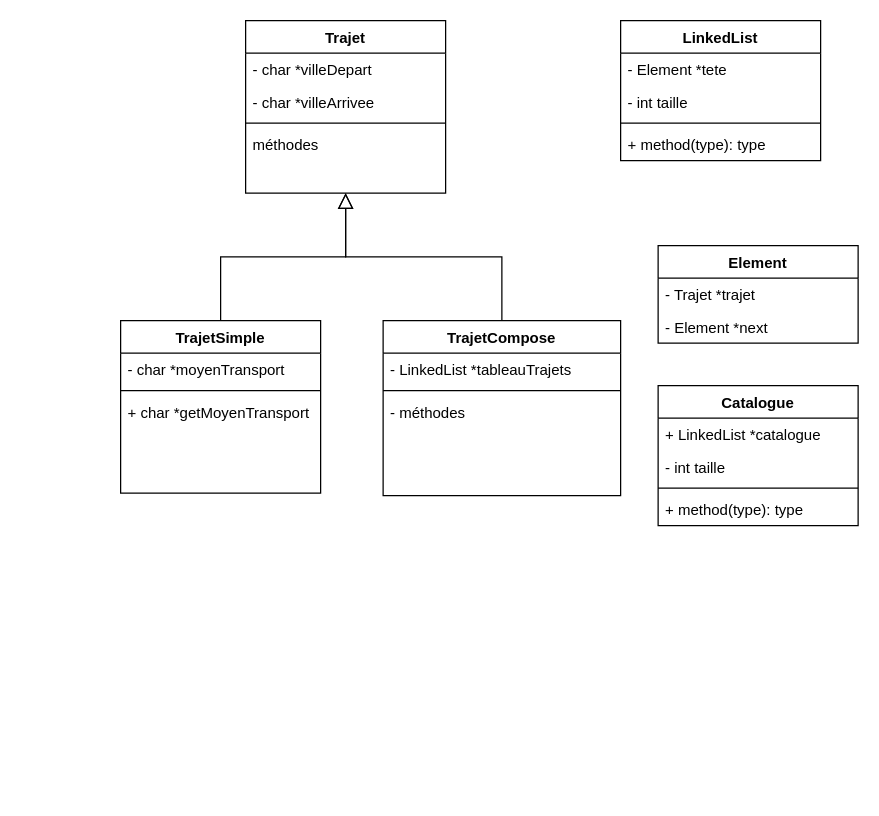
The draw.io diagram CPP_TP1_UML.drawio in Arkpsss/CPP_TP2, before the edit. Source tidied: cells renumbered, new cells numbered last; positions are measured from the earlier drawing's top-left corner, leaving out a move shared by most shapes. Both pictures are drawn from the tidied source at 125%, with x=0, y=0 at pixel (120, 20).
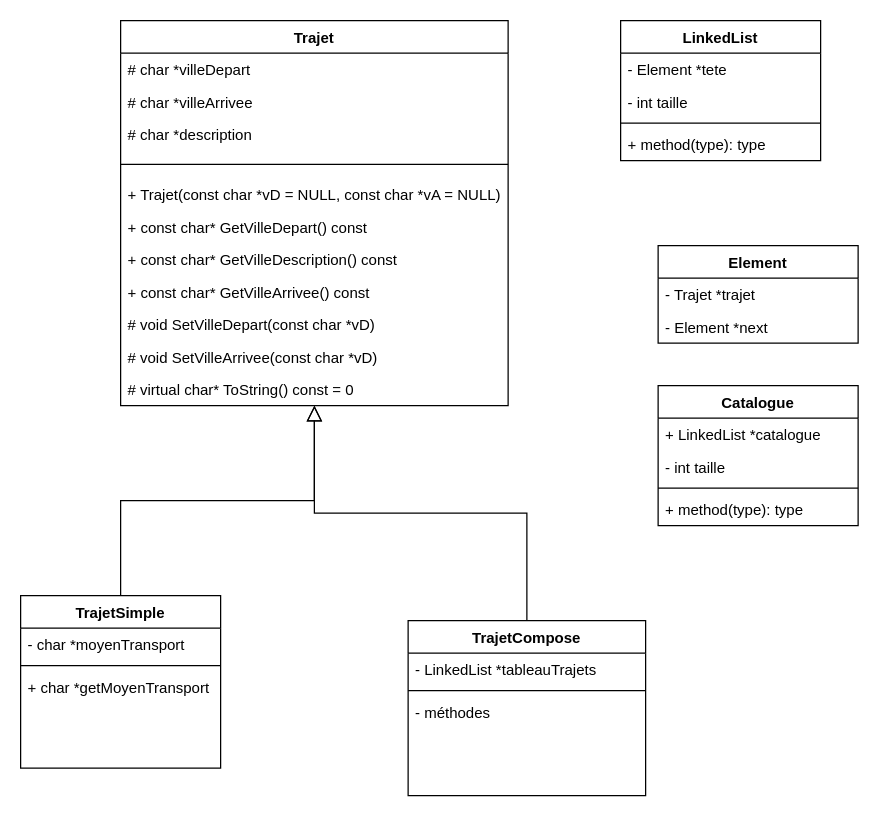
Above is the later version.

Commit message:
Mettre à jour CPP_TP1_UML.drawio

Diff of the diagram source:
```diff
@@
     <mxCell id="2" value="Trajet" style="swimlane;fontStyle=1;align=center;verticalAlign=top;horizontal=1;startSize=26;rounded=0;shadow=0;strokeWidth=1;" parent="1" vertex="1">
-      <mxGeometry x="100" width="160" height="138" as="geometry" />
+      <mxGeometry width="310" height="308" as="geometry" />
     </mxCell>
-    <mxCell id="3" value="- char *villeDepart" style="text;align=left;verticalAlign=top;spacingLeft=4;spacingRight=4;overflow=hidden;" parent="2" vertex="1">
-      <mxGeometry y="26" width="160" height="26" as="geometry" />
+    <mxCell id="3" value="# char *villeDepart" style="text;align=left;verticalAlign=top;spacingLeft=4;spacingRight=4;overflow=hidden;" parent="2" vertex="1">
+      <mxGeometry y="26" width="310" height="26" as="geometry" />
     </mxCell>
-    <mxCell id="4" value="- char *villeArrivee" style="text;align=left;verticalAlign=top;spacingLeft=4;spacingRight=4;overflow=hidden;rounded=0;shadow=0;html=0;" parent="2" vertex="1">
-      <mxGeometry y="52" width="160" height="26" as="geometry" />
+    <mxCell id="4" value="# char *villeArrivee" style="text;align=left;verticalAlign=top;spacingLeft=4;spacingRight=4;overflow=hidden;rounded=0;shadow=0;html=0;" parent="2" vertex="1">
+      <mxGeometry y="52" width="310" height="26" as="geometry" />
     </mxCell>
+    <mxCell id="30" value="# char *description" style="text;align=left;verticalAlign=top;spacingLeft=4;spacingRight=4;overflow=hidden;rounded=0;shadow=0;html=0;" parent="2" vertex="1">
+      <mxGeometry y="78" width="310" height="26" as="geometry" />
+    </mxCell>
     <mxCell id="5" style="line;html=1;strokeWidth=1;align=left;verticalAlign=middle;spacingTop=-1;spacingLeft=3;spacingRight=3;labelPosition=right;" parent="2" vertex="1">
-      <mxGeometry y="78" width="160" height="8" as="geometry" />
+      <mxGeometry y="104" width="310" height="22" as="geometry" />
     </mxCell>
+    <mxCell id="31" value="+ Trajet(const char *vD = NULL, const char *vA = NULL)" style="text;align=left;verticalAlign=top;spacingLeft=4;spacingRight=4;overflow=hidden;" parent="2" vertex="1">
+      <mxGeometry y="126" width="310" height="26" as="geometry" />
+    </mxCell>
-    <mxCell id="6" value="méthodes" style="text;align=left;verticalAlign=top;spacingLeft=4;spacingRight=4;overflow=hidden;" parent="2" vertex="1">
-      <mxGeometry y="86" width="160" height="26" as="geometry" />
+    <mxCell id="6" value="+ const char* GetVilleDepart() const" style="text;align=left;verticalAlign=top;spacingLeft=4;spacingRight=4;overflow=hidden;" parent="2" vertex="1">
+      <mxGeometry y="152" width="310" height="26" as="geometry" />
     </mxCell>
+    <mxCell id="32" value="+ const char* GetVilleDescription() const" style="text;align=left;verticalAlign=top;spacingLeft=4;spacingRight=4;overflow=hidden;" parent="2" vertex="1">
+      <mxGeometry y="178" width="310" height="26" as="geometry" />
+    </mxCell>
+    <mxCell id="33" value="+ const char* GetVilleArrivee() const" style="text;align=left;verticalAlign=top;spacingLeft=4;spacingRight=4;overflow=hidden;" parent="2" vertex="1">
+      <mxGeometry y="204" width="310" height="26" as="geometry" />
+    </mxCell>
+    <mxCell id="34" value="# void SetVilleDepart(const char *vD)" style="text;align=left;verticalAlign=top;spacingLeft=4;spacingRight=4;overflow=hidden;" parent="2" vertex="1">
+      <mxGeometry y="230" width="310" height="26" as="geometry" />
+    </mxCell>
+    <mxCell id="35" value="# void SetVilleArrivee(const char *vD)" style="text;align=left;verticalAlign=top;spacingLeft=4;spacingRight=4;overflow=hidden;" parent="2" vertex="1">
+      <mxGeometry y="256" width="310" height="26" as="geometry" />
+    </mxCell>
+    <mxCell id="36" value="# virtual char* ToString() const = 0" style="text;align=left;verticalAlign=top;spacingLeft=4;spacingRight=4;overflow=hidden;" parent="2" vertex="1">
+      <mxGeometry y="282" width="310" height="26" as="geometry" />
+    </mxCell>
     <mxCell id="7" value="TrajetSimple&#10;" style="swimlane;fontStyle=1;align=center;verticalAlign=top;horizontal=1;startSize=26;rounded=0;shadow=0;strokeWidth=1;" parent="1" vertex="1">
-      <mxGeometry y="240" width="160" height="138" as="geometry" />
+      <mxGeometry x="-80" y="460" width="160" height="138" as="geometry" />
     </mxCell>
@@
     <mxCell id="12" value="TrajetCompose" style="swimlane;fontStyle=1;align=center;verticalAlign=top;horizontal=1;startSize=26;rounded=0;shadow=0;strokeWidth=1;" parent="1" vertex="1">
-      <mxGeometry x="210" y="240" width="190" height="140" as="geometry" />
+      <mxGeometry x="230" y="480" width="190" height="140" as="geometry" />
     </mxCell>
```
